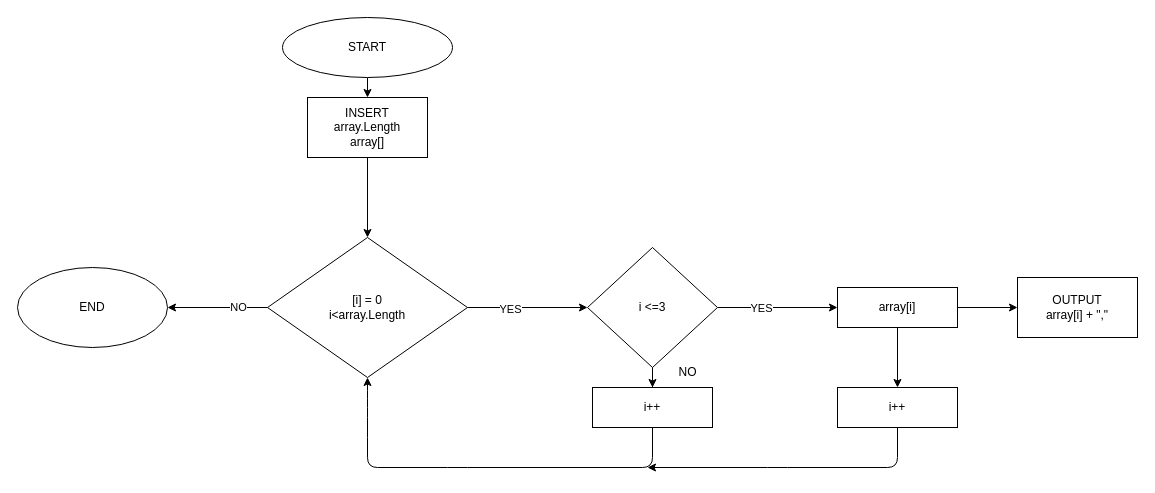
The draw.io diagram block diagram for the task.drawio in Bloodymay/Final-Project-of-the-intro-course-Matveeva, before the edit. Source tidied: cells renumbered, new cells numbered last; positions are measured from the earlier drawing's top-left corner, leaving out a move shared by most shapes. Both pictures are drawn from the tidied source at 100%, with x=0, y=0 at pixel (17, 17).
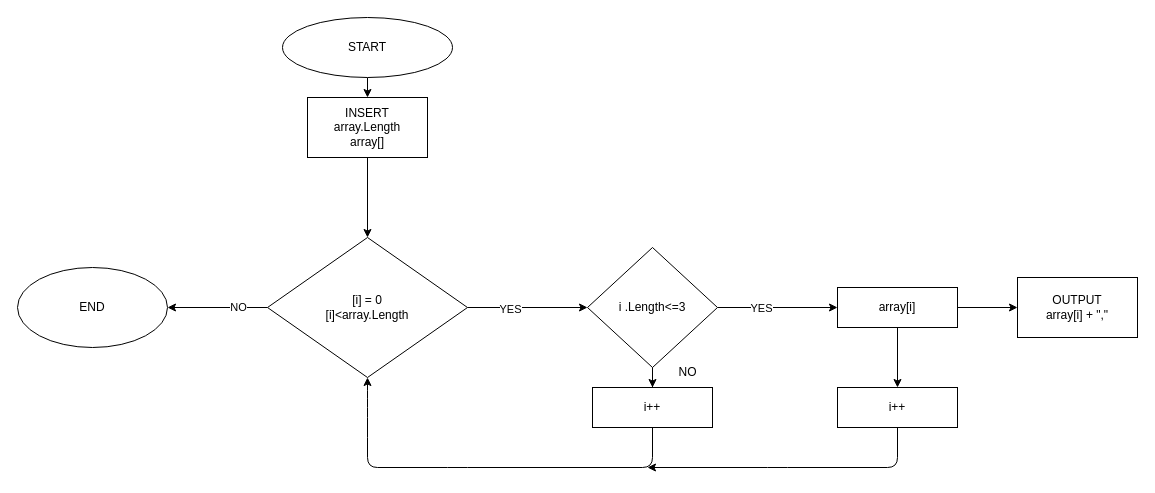
The same page after the edit.

Commit message:
block diagram fixed_2

What changed in the source:
```diff
@@
-    <mxCell id="6" value="[i] = 0&lt;br&gt;i&amp;lt;array.Length" style="rhombus;whiteSpace=wrap;html=1;" parent="1" vertex="1">
+    <mxCell id="6" value="[i] = 0&lt;br&gt;[i]&amp;lt;array.Length" style="rhombus;whiteSpace=wrap;html=1;" parent="1" vertex="1">
       <mxGeometry x="250" y="220" width="200" height="140" as="geometry" />
     </mxCell>
@@
-    <mxCell id="15" value="i &amp;lt;=3" style="rhombus;whiteSpace=wrap;html=1;" parent="1" vertex="1">
+    <mxCell id="15" value="i .Length&amp;lt;=3" style="rhombus;whiteSpace=wrap;html=1;" parent="1" vertex="1">
       <mxGeometry x="570" y="230" width="130" height="120" as="geometry" />
     </mxCell>
```
